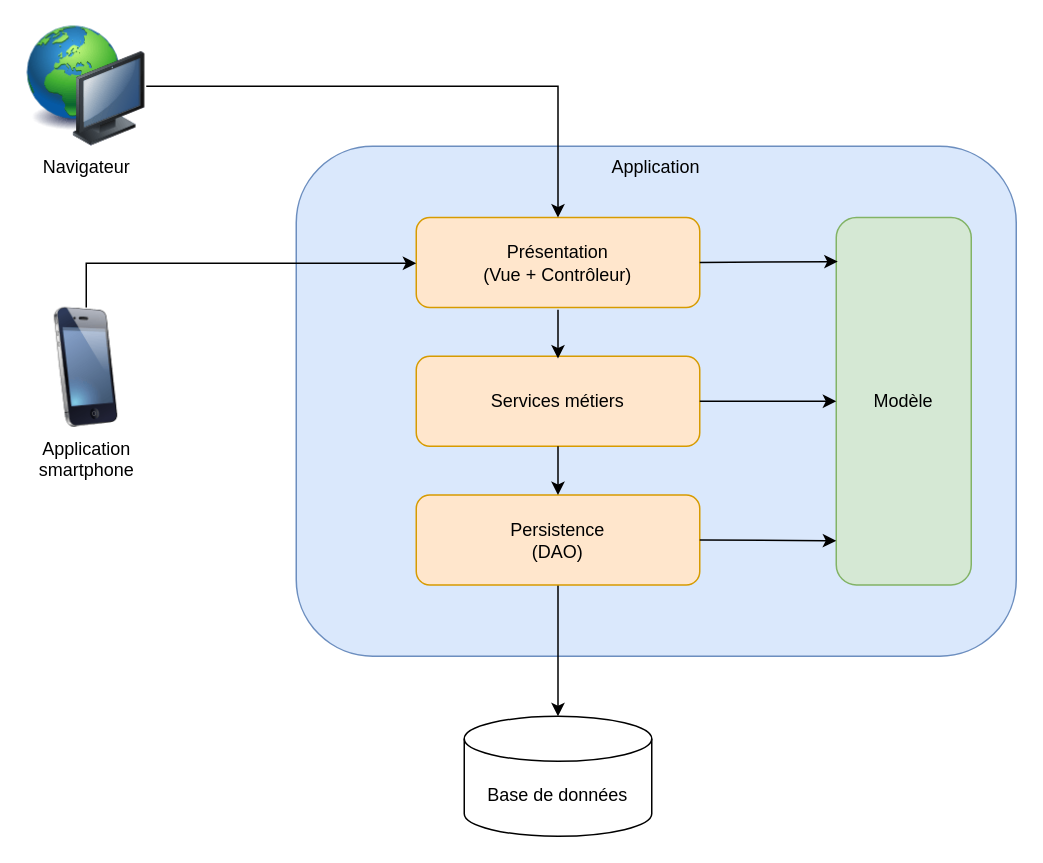
hdakhli/diagrams keeps this draw.io diagram as archi_n-tiers.drawio. Above is the earlier version. Source tidied: cells renumbered, new cells numbered last; positions are measured from the earlier drawing's top-left corner, leaving out a move shared by most shapes. Both pictures are drawn from the tidied source at 150%, with x=0, y=0 at pixel (26, 26).
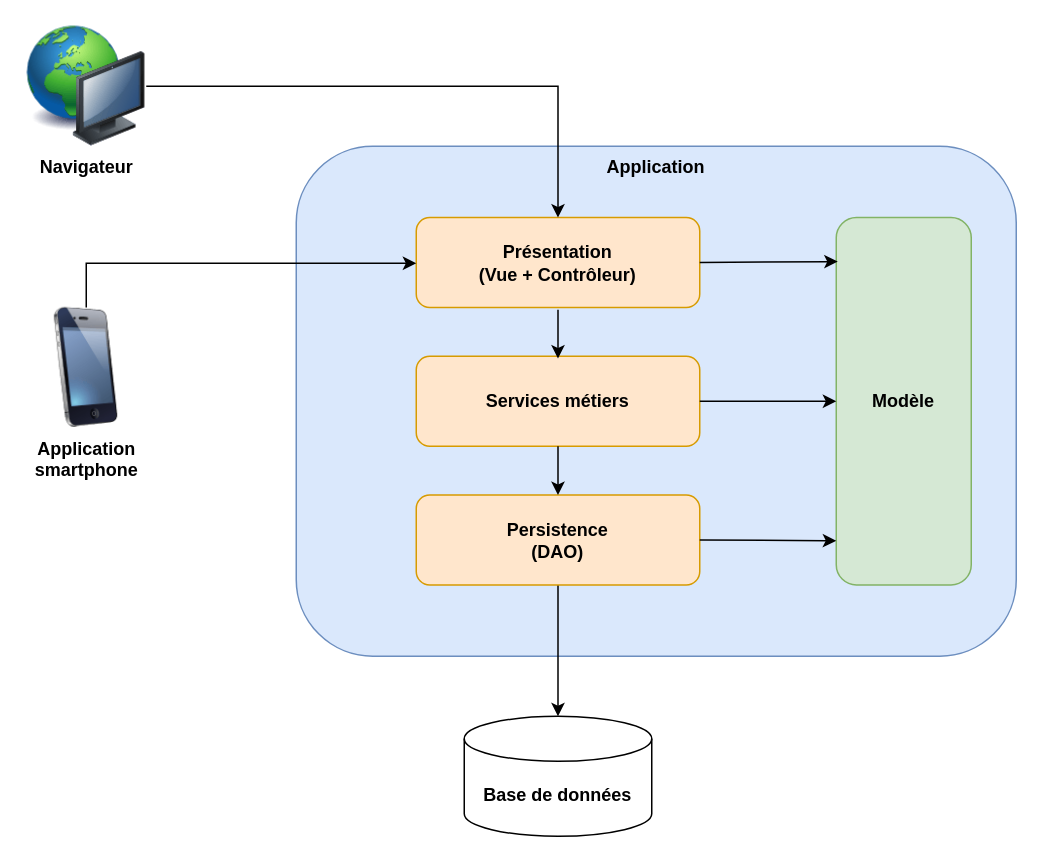
Above is the later version.

Commit message:
Mettre à jour archi_n-tiers.drawio

The edit, as a diff of the source:
```diff
@@
-    <mxCell id="2" value="Application" style="rounded=1;whiteSpace=wrap;html=1;labelPosition=center;verticalLabelPosition=middle;align=center;verticalAlign=top;labelBackgroundColor=none;fillColor=#dae8fc;strokeColor=#6c8ebf;spacingTop=0;" parent="1" vertex="1">
+    <mxCell id="2" value="Application" style="rounded=1;whiteSpace=wrap;html=1;labelPosition=center;verticalLabelPosition=middle;align=center;verticalAlign=top;labelBackgroundColor=none;fillColor=#dae8fc;strokeColor=#6c8ebf;spacingTop=0;fontStyle=1;" parent="1" vertex="1">
       <mxGeometry x="180" y="80" width="480" height="340" as="geometry" />
     </mxCell>
-    <mxCell id="3" value="Modèle" style="rounded=1;whiteSpace=wrap;html=1;labelBackgroundColor=none;fillColor=#d5e8d4;strokeColor=#82b366;" parent="1" vertex="1">
+    <mxCell id="3" value="Modèle" style="rounded=1;whiteSpace=wrap;html=1;labelBackgroundColor=none;fillColor=#d5e8d4;strokeColor=#82b366;fontStyle=1;" parent="1" vertex="1">
       <mxGeometry x="540" y="127.5" width="90" height="245" as="geometry" />
     </mxCell>
-    <mxCell id="4" value="Présentation&lt;br&gt;(Vue + Contrôleur)" style="rounded=1;whiteSpace=wrap;html=1;labelBackgroundColor=none;fillColor=#ffe6cc;strokeColor=#d79b00;" parent="1" vertex="1">
+    <mxCell id="4" value="Présentation&lt;br&gt;(Vue + Contrôleur)" style="rounded=1;whiteSpace=wrap;html=1;labelBackgroundColor=none;fillColor=#ffe6cc;strokeColor=#d79b00;fontStyle=1;" parent="1" vertex="1">
       <mxGeometry x="260" y="127.5" width="189" height="60" as="geometry" />
     </mxCell>
-    <mxCell id="5" value="Services métiers" style="rounded=1;whiteSpace=wrap;html=1;labelBackgroundColor=none;fillColor=#ffe6cc;strokeColor=#d79b00;" parent="1" vertex="1">
+    <mxCell id="5" value="Services métiers" style="rounded=1;whiteSpace=wrap;html=1;labelBackgroundColor=none;fillColor=#ffe6cc;strokeColor=#d79b00;fontStyle=1;" parent="1" vertex="1">
       <mxGeometry x="260" y="220" width="189" height="60" as="geometry" />
     </mxCell>
@@
-    <mxCell id="7" value="Persistence&lt;br&gt;(DAO)" style="rounded=1;whiteSpace=wrap;html=1;labelBackgroundColor=none;fillColor=#ffe6cc;strokeColor=#d79b00;" parent="1" vertex="1">
+    <mxCell id="7" value="Persistence&lt;br&gt;(DAO)" style="rounded=1;whiteSpace=wrap;html=1;labelBackgroundColor=none;fillColor=#ffe6cc;strokeColor=#d79b00;fontStyle=1;" parent="1" vertex="1">
       <mxGeometry x="260" y="312.5" width="189" height="60" as="geometry" />
     </mxCell>
@@
-    <mxCell id="14" value="Navigateur" style="image;html=1;image=img/lib/clip_art/computers/Network_128x128.png;labelBackgroundColor=none;" parent="1" vertex="1">
+    <mxCell id="14" value="Navigateur" style="image;html=1;image=img/lib/clip_art/computers/Network_128x128.png;labelBackgroundColor=none;fontStyle=1;" parent="1" vertex="1">
       <mxGeometry width="80" height="80" as="geometry" />
     </mxCell>
@@
-    <mxCell id="16" value="Application &lt;br&gt;smartphone" style="image;html=1;image=img/lib/clip_art/telecommunication/iPhone_128x128.png;labelBackgroundColor=none;" parent="1" vertex="1">
+    <mxCell id="16" value="Application &lt;br&gt;smartphone" style="image;html=1;image=img/lib/clip_art/telecommunication/iPhone_128x128.png;labelBackgroundColor=none;fontStyle=1;" parent="1" vertex="1">
       <mxGeometry y="187.5" width="80" height="80" as="geometry" />
     </mxCell>
-    <mxCell id="17" value="Base de données" style="shape=cylinder3;whiteSpace=wrap;html=1;boundedLbl=1;backgroundOutline=1;size=15;labelBackgroundColor=none;" parent="1" vertex="1">
+    <mxCell id="17" value="Base de données" style="shape=cylinder3;whiteSpace=wrap;html=1;boundedLbl=1;backgroundOutline=1;size=15;labelBackgroundColor=none;fontStyle=1;" parent="1" vertex="1">
       <mxGeometry x="292" y="460" width="125" height="80" as="geometry" />
     </mxCell>
```
